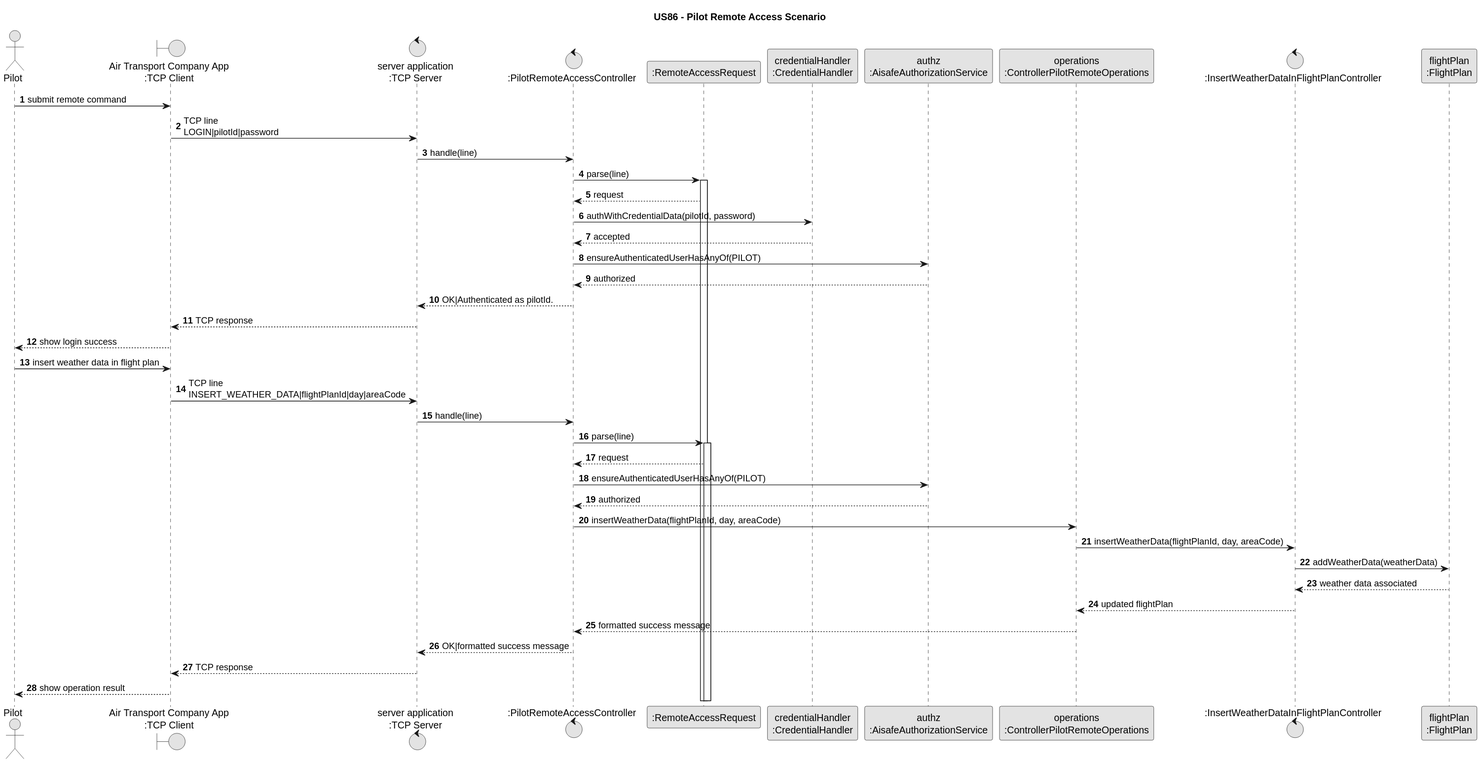
Before: docs/us_86/svg/sequence-diagram-86.svg, a diagram exported from PlantUML (GustavoFerreira24/flight-management-platform).
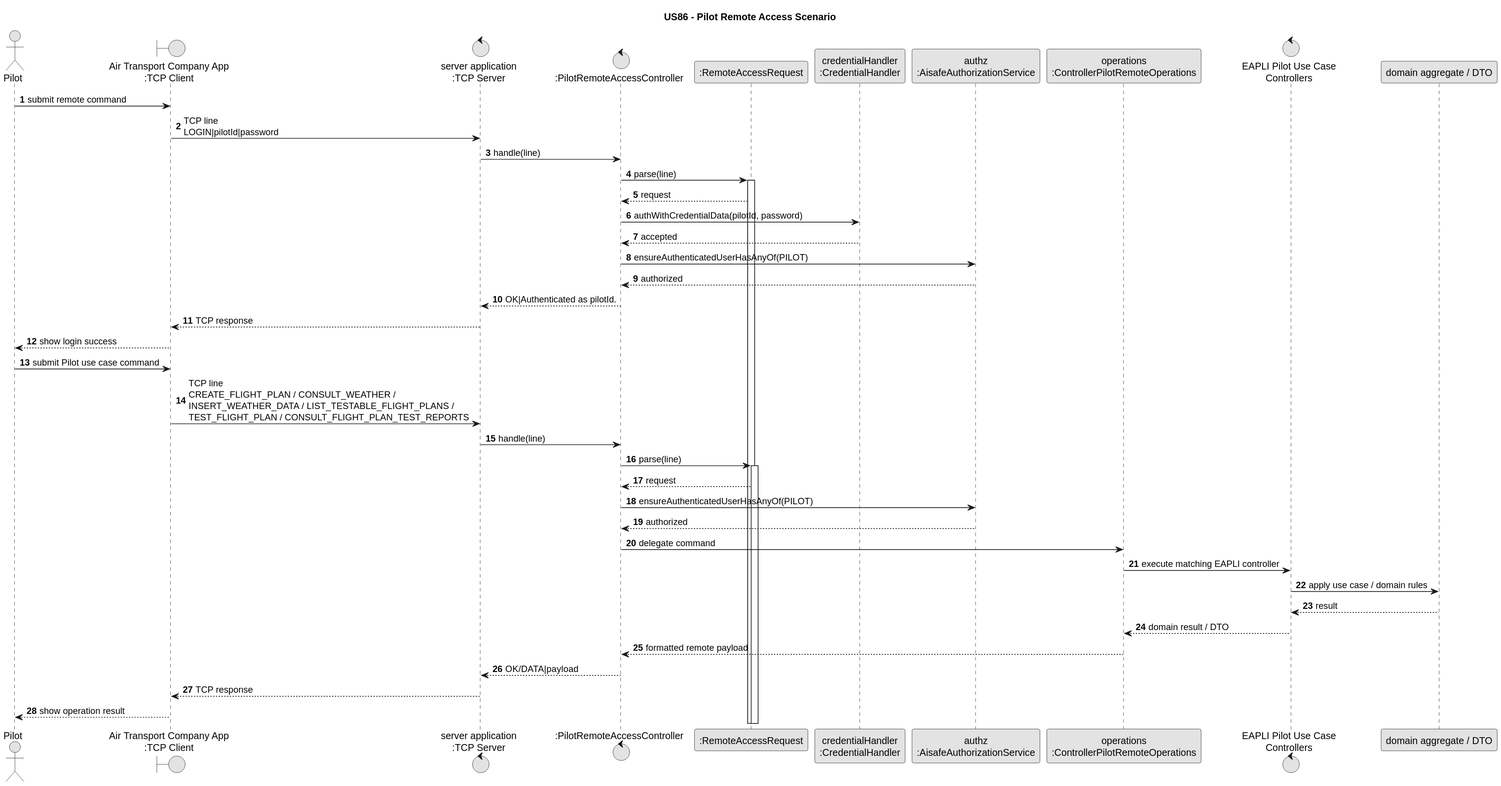
Later version of the same file.

The edit, as a diff of the source:
```diff
@@ -15,8 +15,8 @@
 participant "credentialHandler\n:CredentialHandler" as Credentials
 participant "authz\n:AisafeAuthorizationService" as Authz
 participant "operations\n:ControllerPilotRemoteOperations" as Ops
-control ":InsertWeatherDataInFlightPlanController" as InsertC
-participant "flightPlan\n:FlightPlan" as FlightPlan
+control "EAPLI Pilot Use Case\nControllers" as EapliC
+participant "domain aggregate / DTO" as Result
 
 Pilot -> Client : submit remote command
 Client -> Server : TCP line\nLOGIN|pilotId|password
@@ -31,20 +31,20 @@
 Server --> Client : TCP response
 Client --> Pilot : show login success
 
-Pilot -> Client : insert weather data in flight plan
-Client -> Server : TCP line\nINSERT_WEATHER_DATA|flightPlanId|day|areaCode
+Pilot -> Client : submit Pilot use case command
+Client -> Server : TCP line\nCREATE_FLIGHT_PLAN / CONSULT_WEATHER /\nINSERT_WEATHER_DATA / LIST_TESTABLE_FLIGHT_PLANS /\nTEST_FLIGHT_PLAN / CONSULT_FLIGHT_PLAN_TEST_REPORTS
 Server -> RemoteC : handle(line)
 RemoteC -> Request ++ : parse(line)
 Request --> RemoteC : request
 RemoteC -> Authz : ensureAuthenticatedUserHasAnyOf(PILOT)
 Authz --> RemoteC : authorized
-RemoteC -> Ops : insertWeatherData(flightPlanId, day, areaCode)
-Ops -> InsertC : insertWeatherData(flightPlanId, day, areaCode)
-InsertC -> FlightPlan : addWeatherData(weatherData)
-FlightPlan --> InsertC : weather data associated
-InsertC --> Ops : updated flightPlan
-Ops --> RemoteC : formatted success message
-RemoteC --> Server : OK|formatted success message
+RemoteC -> Ops : delegate command
+Ops -> EapliC : execute matching EAPLI controller
+EapliC -> Result : apply use case / domain rules
+Result --> EapliC : result
+EapliC --> Ops : domain result / DTO
+Ops --> RemoteC : formatted remote payload
+RemoteC --> Server : OK/DATA|payload
 Server --> Client : TCP response
 Client --> Pilot : show operation result
 @enduml
```
